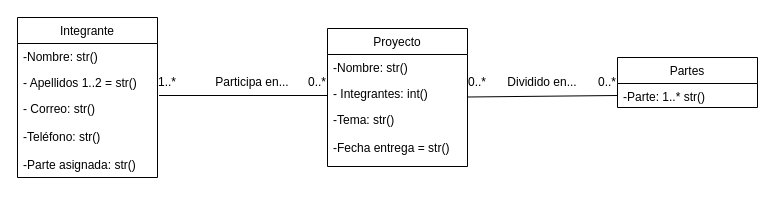
Above: ejercicio10.drawio in mgonzalz/ejercicios_grupales (draw.io), before the change. Source tidied: cells renumbered, new cells numbered last; positions are measured from the earlier drawing's top-left corner, leaving out a move shared by most shapes. Both pictures are drawn from the tidied source at 100%, with x=0, y=0 at pixel (17, 17).
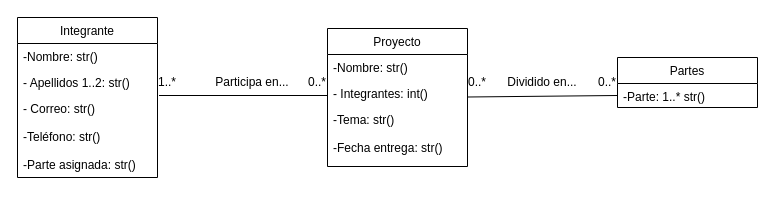
The same page after the edit.

The change refers to these unchanged cells:
```xml
<mxCell id="2" value="Proyecto" style="swimlane;fontStyle=0;horizontal=1;startSize=26;fillColor=none;" parent="1" vertex="1">
  <mxGeometry x="310" y="11" width="140" height="138" as="geometry" />
</mxCell>
<mxCell id="6" value="Integrante" style="swimlane;fontStyle=0;horizontal=1;startSize=26;fillColor=none;" parent="1" vertex="1">
  <mxGeometry width="140" height="160" as="geometry" />
</mxCell>
```

Diff of the diagram source:
```diff
@@
-    <mxCell id="5" value="-Tema: str()&#10;&#10;-Fecha entrega = str()" style="text;strokeColor=none;fillColor=none;align=left;verticalAlign=top;spacingLeft=4;spacingRight=4;overflow=hidden;" parent="2" vertex="1">
+    <mxCell id="5" value="-Tema: str()&#10;&#10;-Fecha entrega: str()" style="text;strokeColor=none;fillColor=none;align=left;verticalAlign=top;spacingLeft=4;spacingRight=4;overflow=hidden;" parent="2" vertex="1">
       <mxGeometry y="78" width="140" height="60" as="geometry" />
     </mxCell>
@@
-    <mxCell id="8" value="- Apellidos 1..2 = str()" style="text;strokeColor=none;fillColor=none;align=left;verticalAlign=top;spacingLeft=4;spacingRight=4;overflow=hidden;" parent="6" vertex="1">
+    <mxCell id="8" value="- Apellidos 1..2: str()" style="text;strokeColor=none;fillColor=none;align=left;verticalAlign=top;spacingLeft=4;spacingRight=4;overflow=hidden;" parent="6" vertex="1">
       <mxGeometry y="52" width="140" height="26" as="geometry" />
     </mxCell>
```
